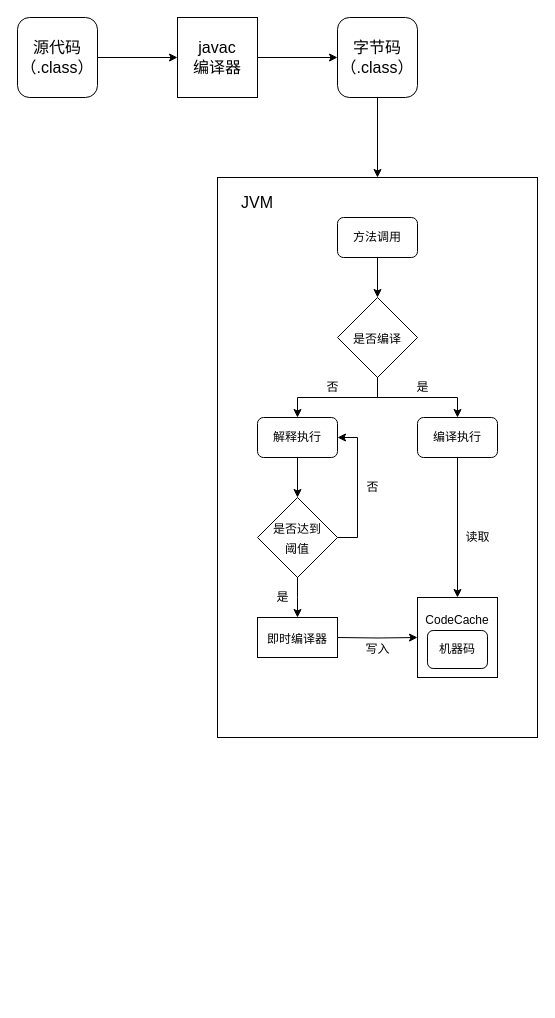
Earlier version of the draw.io diagram 简述 即时编译器（JIT）/简述 即时编译器（JIT）.drawio (zero-97/picture-of-the-article). Source tidied: cells renumbered, new cells numbered last; positions are measured from the earlier drawing's top-left corner, leaving out a move shared by most shapes. Both pictures are drawn from the tidied source at 100%, with x=0, y=0 at pixel (17, 17).
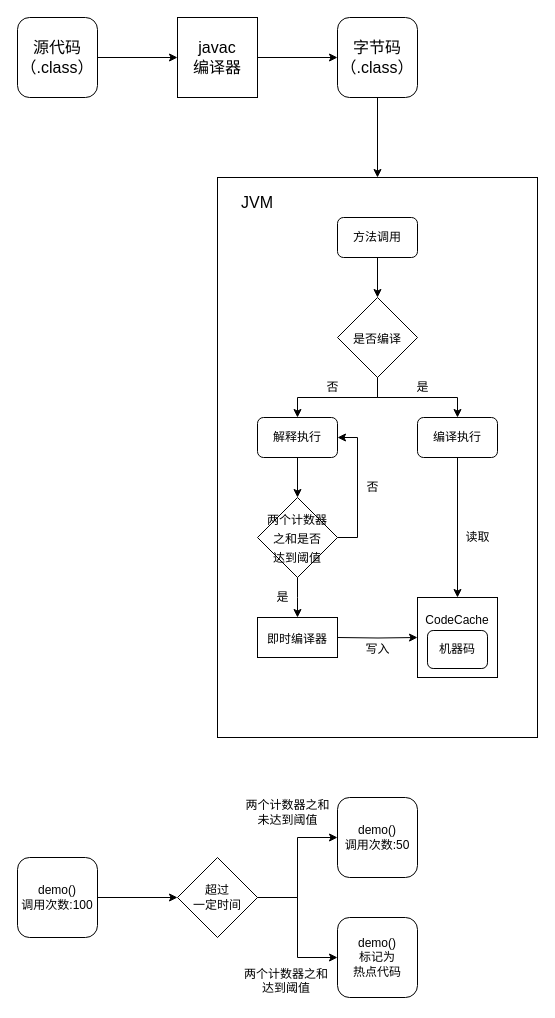
After the change.

Commit message:
Update 简述 即时编译器（JIT）.drawio

The change refers to these unchanged cells:
```xml
<mxCell id="8" style="group;" parent="1" vertex="1">
  <mxGeometry x="190" y="200" width="330" height="520" as="geometry" />
</mxCell>
```

Change to the diagram source:
```diff
@@
-    <mxCell id="18" value="&lt;font style=&quot;font-size: 12px&quot;&gt;是否达到&lt;br&gt;阈值&lt;/font&gt;" style="rhombus;whiteSpace=wrap;html=1;fontSize=16;" parent="8" vertex="1">
+    <mxCell id="18" value="&lt;font style=&quot;font-size: 12px&quot;&gt;两个计数器&lt;br&gt;之和是否&lt;br&gt;达到阈值&lt;/font&gt;" style="rhombus;whiteSpace=wrap;html=1;fontSize=16;" parent="8" vertex="1">
       <mxGeometry x="50" y="280" width="80" height="80" as="geometry" />
     </mxCell>
@@
+    <mxCell id="33" style="edgeStyle=orthogonalEdgeStyle;rounded=0;jettySize=auto;html=1;" parent="1" edge="1" source="34" target="37">
+      <mxGeometry relative="1" as="geometry" />
+    </mxCell>
+    <mxCell id="34" value="demo()&lt;br&gt;调用次数:100" style="rounded=1;whiteSpace=wrap;html=1;" parent="1" vertex="1">
+      <mxGeometry y="840" width="80" height="80" as="geometry" />
+    </mxCell>
+    <mxCell id="35" style="edgeStyle=orthogonalEdgeStyle;rounded=0;jettySize=auto;html=1;" parent="1" edge="1" source="37" target="41">
+      <mxGeometry relative="1" as="geometry" />
+    </mxCell>
+    <mxCell id="36" style="edgeStyle=orthogonalEdgeStyle;rounded=0;jettySize=auto;html=1;" parent="1" edge="1" source="37" target="38">
+      <mxGeometry relative="1" as="geometry" />
+    </mxCell>
+    <mxCell id="37" value="&lt;span&gt;超过&lt;br&gt;一定时间&lt;/span&gt;" style="rhombus;whiteSpace=wrap;html=1;" parent="1" vertex="1">
+      <mxGeometry x="160" y="840" width="80" height="80" as="geometry" />
+    </mxCell>
+    <mxCell id="38" value="demo()&lt;br&gt;调用次数:50" style="rounded=1;whiteSpace=wrap;html=1;" parent="1" vertex="1">
+      <mxGeometry x="320" y="780" width="80" height="80" as="geometry" />
+    </mxCell>
+    <mxCell id="39" value="&lt;span&gt;两个计数器&lt;/span&gt;&lt;span&gt;之和&lt;br&gt;&lt;/span&gt;&lt;span&gt;未达到阈值&lt;/span&gt;" style="text;html=1;align=center;verticalAlign=middle;strokeColor=none;fillColor=none;" parent="1" vertex="1">
+      <mxGeometry x="220" y="780" width="100" height="30" as="geometry" />
+    </mxCell>
+    <mxCell id="40" value="&lt;div style=&quot;text-align: center&quot;&gt;&lt;span&gt;两个计数器&lt;/span&gt;&lt;span&gt;之和&lt;/span&gt;&lt;/div&gt;&lt;span&gt;&lt;div style=&quot;text-align: center&quot;&gt;&lt;span&gt;达到阈值&lt;/span&gt;&lt;/div&gt;&lt;/span&gt;" style="text;whiteSpace=wrap;html=1;" parent="1" vertex="1">
+      <mxGeometry x="225" y="943" width="90" height="40" as="geometry" />
+    </mxCell>
+    <mxCell id="41" value="demo()&lt;br&gt;标记为&lt;br&gt;热点代码" style="rounded=1;whiteSpace=wrap;html=1;" parent="1" vertex="1">
+      <mxGeometry x="320" y="900" width="80" height="80" as="geometry" />
+    </mxCell>
```
